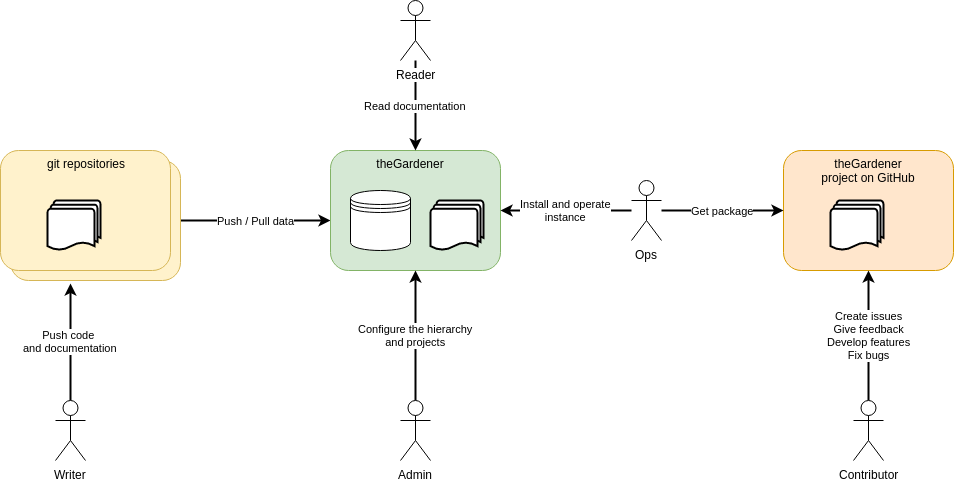
Above: documentation/assets/images/theGardener_project_roles.png in KelkooGroup/theGardener (draw.io), before the change. Source tidied: cells renumbered, new cells last; positions are measured from the earlier drawing's top-left corner, leaving out a move shared by most shapes.
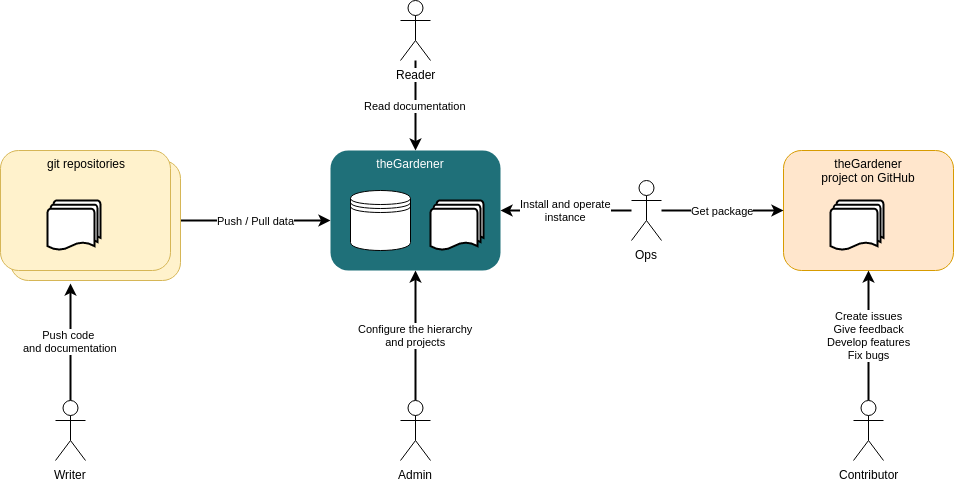
After the change.

Diff of the diagram source:
```diff
@@ -11,7 +11,7 @@
     <mxCell id="4" style="rounded=1;whiteSpace=wrap;html=1;fillColor=#fff2cc;strokeColor=#d6b656;" parent="1" vertex="1">
       <mxGeometry x="10" y="160" width="170" height="120" as="geometry" />
     </mxCell>
-    <mxCell id="5" style="rounded=1;whiteSpace=wrap;html=1;fillColor=#d5e8d4;strokeColor=#82b366;" parent="1" vertex="1">
+    <mxCell id="5" style="rounded=1;whiteSpace=wrap;html=1;fillColor=#1F7079;strokeColor=none;" parent="1" vertex="1">
       <mxGeometry x="330" y="150" width="170" height="120" as="geometry" />
     </mxCell>
     <mxCell id="6" value="&lt;div&gt;Push code &lt;br&gt;and documentation&lt;/div&gt;" style="edgeStyle=orthogonalEdgeStyle;rounded=0;orthogonalLoop=1;jettySize=auto;html=1;exitX=0.5;exitY=0;exitDx=0;exitDy=0;exitPerimeter=0;entryX=0.353;entryY=1.025;entryDx=0;entryDy=0;entryPerimeter=0;strokeWidth=2;" parent="1" edge="1">
@@ -29,7 +29,7 @@
     <mxCell id="9" style="shape=datastore;whiteSpace=wrap;html=1;" parent="1" vertex="1">
       <mxGeometry x="350" y="190" width="60" height="60" as="geometry" />
     </mxCell>
-    <mxCell id="10" value="&lt;div&gt;theGardener&lt;/div&gt;&lt;div&gt;&lt;br&gt;&lt;/div&gt;" style="text;html=1;strokeColor=none;fillColor=none;align=center;verticalAlign=middle;whiteSpace=wrap;rounded=0;" parent="1" vertex="1">
+    <mxCell id="10" value="&lt;div&gt;theGardener&lt;/div&gt;&lt;div&gt;&lt;br&gt;&lt;/div&gt;" style="text;html=1;strokeColor=none;fillColor=none;align=center;verticalAlign=middle;whiteSpace=wrap;rounded=0;fontColor=#FFFFFF;" parent="1" vertex="1">
       <mxGeometry x="390" y="160" width="40" height="20" as="geometry" />
     </mxCell>
     <mxCell id="11" value="&lt;div&gt;Read documentation&lt;/div&gt;" style="edgeStyle=orthogonalEdgeStyle;rounded=0;jettySize=auto;html=1;entryX=0.5;entryY=0;entryDx=0;entryDy=0;strokeWidth=2;" parent="1" edge="1" source="12" target="5">
```
